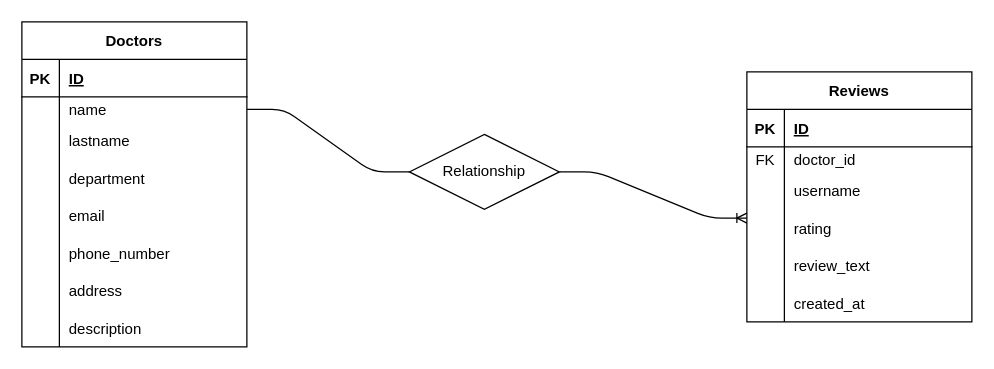
The draw.io diagram schema.drawio in francescopiscaglia/bdoctors, before the edit. Source tidied: cells renumbered, new cells numbered last; positions are measured from the earlier drawing's top-left corner, leaving out a move shared by most shapes. Both pictures are drawn from the tidied source at 125%, with x=0, y=0 at pixel (21, 21).
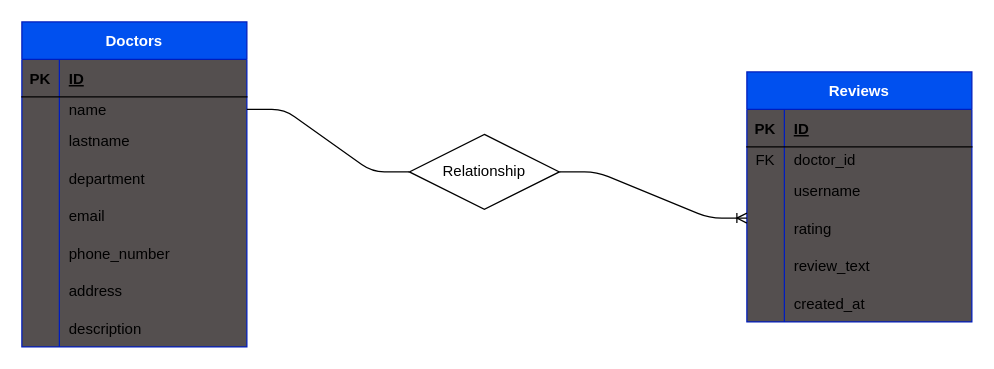
The same diagram, later.

Diff of the diagram source:
```diff
@@
-    <mxCell id="2" value="Doctors" style="shape=table;startSize=30;childLayout=tableLayout;rowLines=0;fontStyle=1;align=center;" parent="1" vertex="1">
+    <mxCell id="2" value="Doctors" style="shape=table;startSize=30;childLayout=tableLayout;rowLines=0;fontStyle=1;align=center;swimlaneFillColor=#544F4F;fillColor=#0050ef;fontColor=#ffffff;strokeColor=#001DBC;" parent="1" vertex="1">
       <mxGeometry width="180" height="260" as="geometry" />
     </mxCell>
@@
-    <mxCell id="27" value="Reviews" style="shape=table;startSize=30;childLayout=tableLayout;rowLines=0;fontStyle=1;align=center;" parent="1" vertex="1">
+    <mxCell id="27" value="Reviews" style="shape=table;startSize=30;childLayout=tableLayout;rowLines=0;fontStyle=1;align=center;fillColor=#0050ef;fontColor=#ffffff;strokeColor=#001DBC;swimlaneFillColor=#544F4F;" parent="1" vertex="1">
       <mxGeometry x="580" y="40" width="180" height="200" as="geometry" />
     </mxCell>
```
